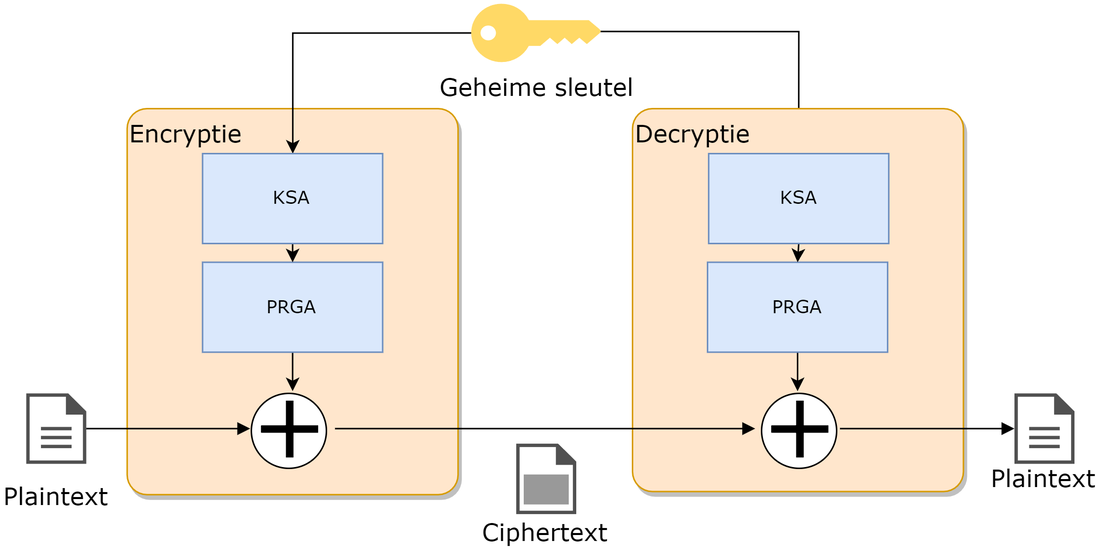
Before: Manuscript/assets/crypto/rc4.png, a diagram exported from draw.io (timdams/cyberboswachters_boek). Source tidied: cells renumbered, new cells last; positions are measured from the earlier drawing's top-left corner, leaving out a move shared by most shapes.
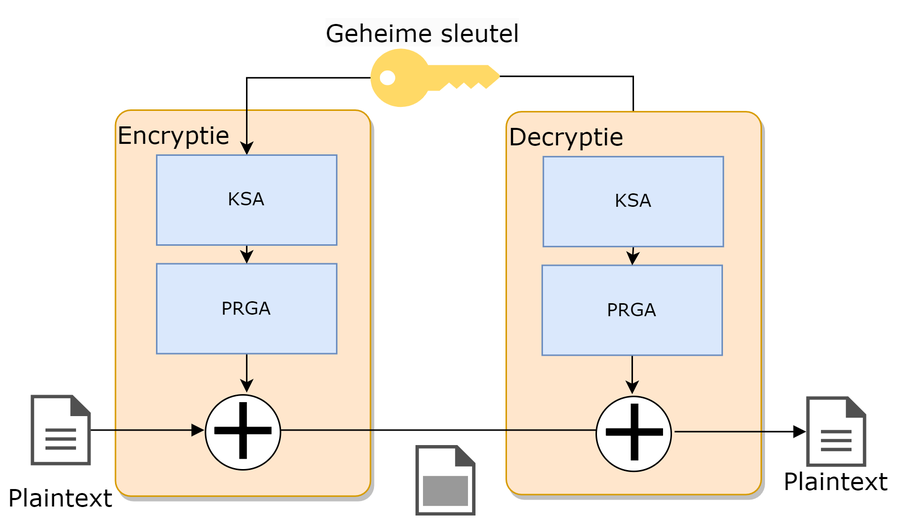
Later version of the same file.

The edit, as a diff of the source:
```diff
@@ -3,16 +3,16 @@
     <mxCell id="0" />
     <mxCell id="1" parent="0" />
     <mxCell id="2" value="Encryptie" style="rounded=1;whiteSpace=wrap;html=1;fillColor=#ffe6cc;strokeColor=#d79b00;fontFamily=Verdana;fontSize=16;labelBorderColor=none;shadow=1;align=left;verticalAlign=top;arcSize=6;" parent="1" vertex="1">
-      <mxGeometry x="67.2" y="70" width="220.5" height="257.6" as="geometry" />
+      <mxGeometry x="126.5" y="70" width="170" height="257.6" as="geometry" />
     </mxCell>
     <mxCell id="3" style="shadow=0;dashed=0;html=1;strokeColor=none;fillColor=#505050;labelPosition=center;verticalLabelPosition=bottom;verticalAlign=top;outlineConnect=0;align=center;shape=mxgraph.office.concepts.document;" parent="1" vertex="1">
-      <mxGeometry x="658.5" y="260" width="40" height="47" as="geometry" />
+      <mxGeometry x="587" y="261" width="40" height="47" as="geometry" />
     </mxCell>
     <mxCell id="4" value="Plaintext" style="text;html=1;strokeColor=none;fillColor=none;align=center;verticalAlign=middle;whiteSpace=wrap;rounded=0;shadow=1;fontFamily=Verdana;fontSize=16;" parent="1" vertex="1">
-      <mxGeometry y="317.6" width="40" height="20" as="geometry" />
+      <mxGeometry x="70" y="317.6" width="40" height="20" as="geometry" />
     </mxCell>
     <mxCell id="5" value="Plaintext" style="text;html=1;strokeColor=none;fillColor=none;align=center;verticalAlign=middle;whiteSpace=wrap;rounded=0;shadow=1;fontFamily=Verdana;fontSize=16;" parent="1" vertex="1">
-      <mxGeometry x="658.5" y="305.5" width="40" height="20" as="geometry" />
+      <mxGeometry x="587" y="306.5" width="40" height="20" as="geometry" />
     </mxCell>
     <mxCell id="6" style="shadow=0;dashed=0;html=1;strokeColor=none;fillColor=#505050;labelPosition=center;verticalLabelPosition=bottom;verticalAlign=top;align=center;shape=mxgraph.office.concepts.document;fontFamily=Verdana;" parent="1" vertex="1">
       <mxGeometry x="326.5" y="293.5" width="40" height="47" as="geometry" />
@@ -20,85 +20,85 @@
     <mxCell id="7" style="rounded=0;whiteSpace=wrap;html=1;shadow=0;fontFamily=Verdana;fontSize=16;fillColor=#999999;strokeColor=none;" parent="1" vertex="1">
       <mxGeometry x="331.5" y="314.1" width="30" height="20" as="geometry" />
     </mxCell>
-    <mxCell id="8" value="Ciphertext" style="text;html=1;strokeColor=none;fillColor=none;align=center;verticalAlign=middle;whiteSpace=wrap;rounded=0;shadow=1;fontFamily=Verdana;fontSize=16;" parent="1" vertex="1">
-      <mxGeometry x="326.5" y="341.6" width="40" height="20" as="geometry" />
+    <mxCell id="8" style="edgeStyle=orthogonalEdgeStyle;rounded=0;jettySize=auto;html=1;exitX=0.995;exitY=0.475;exitDx=0;exitDy=0;exitPerimeter=0;entryX=0.5;entryY=0;entryDx=0;entryDy=0;" parent="1" edge="1" source="10" target="23">
+      <mxGeometry relative="1" as="geometry" />
     </mxCell>
-    <mxCell id="9" style="edgeStyle=orthogonalEdgeStyle;rounded=0;jettySize=auto;html=1;exitX=0.995;exitY=0.475;exitDx=0;exitDy=0;exitPerimeter=0;entryX=0.5;entryY=0;entryDx=0;entryDy=0;" parent="1" edge="1" source="11" target="24">
+    <mxCell id="9" style="edgeStyle=orthogonalEdgeStyle;rounded=0;jettySize=auto;html=1;exitX=0;exitY=0.5;exitDx=0;exitDy=0;exitPerimeter=0;" parent="1" edge="1" source="10" target="21">
       <mxGeometry relative="1" as="geometry" />
     </mxCell>
-    <mxCell id="10" style="edgeStyle=orthogonalEdgeStyle;rounded=0;jettySize=auto;html=1;exitX=0;exitY=0.5;exitDx=0;exitDy=0;exitPerimeter=0;" parent="1" edge="1" source="11" target="22">
-      <mxGeometry relative="1" as="geometry" />
+    <mxCell id="10" style="points=[[0,0.5,0],[0.24,0,0],[0.5,0.28,0],[0.995,0.475,0],[0.5,0.72,0],[0.24,1,0]];verticalLabelPosition=bottom;html=1;verticalAlign=top;align=center;shape=mxgraph.cisco19.key;rounded=1;shadow=0;fontFamily=Verdana;fontSize=16;fillColor=#FFD966;" parent="1" vertex="1">
+      <mxGeometry x="296.5" y="29" width="86.6" height="39" as="geometry" />
     </mxCell>
-    <mxCell id="11" value="Geheime sleutel" style="points=[[0,0.5,0],[0.24,0,0],[0.5,0.28,0],[0.995,0.475,0],[0.5,0.72,0],[0.24,1,0]];verticalLabelPosition=bottom;html=1;verticalAlign=top;align=center;shape=mxgraph.cisco19.key;rounded=1;shadow=0;fontFamily=Verdana;fontSize=16;fillColor=#FFD966;" parent="1" vertex="1">
-      <mxGeometry x="296.5" width="86.6" height="39" as="geometry" />
+    <mxCell id="11" style="shadow=0;dashed=0;html=1;strokeColor=none;fillColor=#505050;labelPosition=center;verticalLabelPosition=bottom;verticalAlign=top;outlineConnect=0;align=center;shape=mxgraph.office.concepts.document;" parent="1" vertex="1">
+      <mxGeometry x="70" y="260" width="40" height="47" as="geometry" />
     </mxCell>
-    <mxCell id="12" style="shadow=0;dashed=0;html=1;strokeColor=none;fillColor=#505050;labelPosition=center;verticalLabelPosition=bottom;verticalAlign=top;outlineConnect=0;align=center;shape=mxgraph.office.concepts.document;" parent="1" vertex="1">
-      <mxGeometry y="260" width="40" height="47" as="geometry" />
+    <mxCell id="12" style="edgeStyle=orthogonalEdgeStyle;rounded=0;jettySize=auto;html=1;exitX=0.5;exitY=1;exitDx=0;exitDy=0;entryX=0.5;entryY=0;entryDx=0;entryDy=0;fontFamily=Verdana;" parent="1" edge="1" source="13">
+      <mxGeometry relative="1" as="geometry">
+        <mxPoint x="214" y="258.5" as="targetPoint" />
+      </mxGeometry>
     </mxCell>
-    <mxCell id="13" style="edgeStyle=orthogonalEdgeStyle;rounded=0;jettySize=auto;html=1;exitX=0.5;exitY=1;exitDx=0;exitDy=0;entryX=0.5;entryY=0;entryDx=0;entryDy=0;fontFamily=Verdana;" parent="1" edge="1" source="14">
-      <mxGeometry relative="1" as="geometry">
-        <mxPoint x="177.5" y="258.5" as="targetPoint" />
-      </mxGeometry>
+    <mxCell id="13" value="PRGA" style="rounded=0;whiteSpace=wrap;html=1;align=center;fillColor=#dae8fc;strokeColor=#6c8ebf;fontFamily=Verdana;" parent="1" vertex="1">
+      <mxGeometry x="154" y="172.5" width="120" height="60" as="geometry" />
     </mxCell>
-    <mxCell id="14" value="PRGA" style="rounded=0;whiteSpace=wrap;html=1;align=center;fillColor=#dae8fc;strokeColor=#6c8ebf;fontFamily=Verdana;" parent="1" vertex="1">
-      <mxGeometry x="117.5" y="172.5" width="120" height="60" as="geometry" />
+    <mxCell id="14" style="edgeStyle=orthogonalEdgeStyle;rounded=0;jettySize=auto;html=1;exitX=0;exitY=0.5;exitDx=0;exitDy=0;endArrow=none;endFill=0;startArrow=block;startFill=1;" parent="1" edge="1" target="11">
+      <mxGeometry relative="1" as="geometry">
+        <mxPoint x="185.7" y="283.5" as="sourcePoint" />
+      </mxGeometry>
     </mxCell>
-    <mxCell id="15" style="edgeStyle=orthogonalEdgeStyle;rounded=0;jettySize=auto;html=1;exitX=0;exitY=0.5;exitDx=0;exitDy=0;endArrow=none;endFill=0;startArrow=block;startFill=1;" parent="1" edge="1" target="12">
-      <mxGeometry relative="1" as="geometry">
-        <mxPoint x="149.2" y="283.5" as="sourcePoint" />
-      </mxGeometry>
+    <mxCell id="15" value="Decryptie" style="rounded=1;whiteSpace=wrap;html=1;fillColor=#ffe6cc;strokeColor=#d79b00;fontFamily=Verdana;fontSize=16;labelBorderColor=none;shadow=1;align=left;verticalAlign=top;arcSize=6;" parent="1" vertex="1">
+      <mxGeometry x="387" y="71" width="170" height="255.5" as="geometry" />
     </mxCell>
-    <mxCell id="16" value="Decryptie" style="rounded=1;whiteSpace=wrap;html=1;fillColor=#ffe6cc;strokeColor=#d79b00;fontFamily=Verdana;fontSize=16;labelBorderColor=none;shadow=1;align=left;verticalAlign=top;arcSize=6;" parent="1" vertex="1">
-      <mxGeometry x="404" y="70" width="220.5" height="255.5" as="geometry" />
+    <mxCell id="16" style="edgeStyle=orthogonalEdgeStyle;rounded=0;jettySize=auto;html=1;exitX=0.5;exitY=1;exitDx=0;exitDy=0;entryX=0.5;entryY=0;entryDx=0;entryDy=0;fontFamily=Verdana;" parent="1" edge="1" source="17">
+      <mxGeometry relative="1" as="geometry">
+        <mxPoint x="471" y="259.5" as="targetPoint" />
+      </mxGeometry>
     </mxCell>
-    <mxCell id="17" style="edgeStyle=orthogonalEdgeStyle;rounded=0;jettySize=auto;html=1;exitX=0.5;exitY=1;exitDx=0;exitDy=0;entryX=0.5;entryY=0;entryDx=0;entryDy=0;fontFamily=Verdana;" parent="1" edge="1" source="18">
-      <mxGeometry relative="1" as="geometry">
-        <mxPoint x="514" y="258.5" as="targetPoint" />
-      </mxGeometry>
+    <mxCell id="17" value="PRGA" style="rounded=0;whiteSpace=wrap;html=1;align=center;fillColor=#dae8fc;strokeColor=#6c8ebf;fontFamily=Verdana;" parent="1" vertex="1">
+      <mxGeometry x="411" y="173.5" width="120" height="60" as="geometry" />
     </mxCell>
-    <mxCell id="18" value="PRGA" style="rounded=0;whiteSpace=wrap;html=1;align=center;fillColor=#dae8fc;strokeColor=#6c8ebf;fontFamily=Verdana;" parent="1" vertex="1">
-      <mxGeometry x="454" y="172.5" width="120" height="60" as="geometry" />
+    <mxCell id="18" style="edgeStyle=orthogonalEdgeStyle;rounded=0;orthogonalLoop=1;jettySize=auto;html=1;exitX=0;exitY=0.5;exitDx=0;exitDy=0;endArrow=none;endFill=0;startArrow=block;startFill=1;entryX=1;entryY=0.5;entryDx=0;entryDy=0;fontFamily=Verdana;" parent="1" edge="1">
+      <mxGeometry relative="1" as="geometry">
+        <mxPoint x="485.7" y="283.5" as="sourcePoint" />
+        <mxPoint x="205.7" y="283.5" as="targetPoint" />
+      </mxGeometry>
     </mxCell>
-    <mxCell id="19" style="edgeStyle=orthogonalEdgeStyle;rounded=0;orthogonalLoop=1;jettySize=auto;html=1;exitX=0;exitY=0.5;exitDx=0;exitDy=0;endArrow=none;endFill=0;startArrow=block;startFill=1;entryX=1;entryY=0.5;entryDx=0;entryDy=0;fontFamily=Verdana;" parent="1" edge="1">
+    <mxCell id="19" style="edgeStyle=orthogonalEdgeStyle;rounded=0;jettySize=auto;html=1;exitX=1;exitY=0.5;exitDx=0;exitDy=0;startArrow=none;startFill=0;endArrow=block;endFill=1;" parent="1" edge="1" target="3">
       <mxGeometry relative="1" as="geometry">
-        <mxPoint x="485.7" y="283.5" as="sourcePoint" />
-        <mxPoint x="205.7" y="283.5" as="targetPoint" />
+        <mxPoint x="499.2" y="284.5" as="sourcePoint" />
       </mxGeometry>
     </mxCell>
-    <mxCell id="20" style="edgeStyle=orthogonalEdgeStyle;rounded=0;jettySize=auto;html=1;exitX=1;exitY=0.5;exitDx=0;exitDy=0;startArrow=none;startFill=0;endArrow=block;endFill=1;" parent="1" edge="1" target="3">
-      <mxGeometry relative="1" as="geometry">
-        <mxPoint x="542.2" y="283.5" as="sourcePoint" />
-      </mxGeometry>
+    <mxCell id="20" style="edgeStyle=orthogonalEdgeStyle;rounded=0;jettySize=auto;html=1;exitX=0.5;exitY=1;exitDx=0;exitDy=0;entryX=0.5;entryY=0;entryDx=0;entryDy=0;" parent="1" edge="1" source="21" target="13">
+      <mxGeometry relative="1" as="geometry" />
     </mxCell>
-    <mxCell id="21" style="edgeStyle=orthogonalEdgeStyle;rounded=0;jettySize=auto;html=1;exitX=0.5;exitY=1;exitDx=0;exitDy=0;entryX=0.5;entryY=0;entryDx=0;entryDy=0;" parent="1" edge="1" source="22" target="14">
-      <mxGeometry relative="1" as="geometry" />
+    <mxCell id="21" value="KSA" style="rounded=0;whiteSpace=wrap;html=1;align=center;fillColor=#dae8fc;strokeColor=#6c8ebf;fontFamily=Verdana;" parent="1" vertex="1">
+      <mxGeometry x="154" y="100" width="120" height="60" as="geometry" />
     </mxCell>
-    <mxCell id="22" value="KSA" style="rounded=0;whiteSpace=wrap;html=1;align=center;fillColor=#dae8fc;strokeColor=#6c8ebf;fontFamily=Verdana;" parent="1" vertex="1">
-      <mxGeometry x="117.5" y="100" width="120" height="60" as="geometry" />
+    <mxCell id="22" style="edgeStyle=orthogonalEdgeStyle;rounded=0;jettySize=auto;html=1;exitX=0.5;exitY=1;exitDx=0;exitDy=0;entryX=0.5;entryY=0;entryDx=0;entryDy=0;" parent="1" edge="1" source="23" target="17">
+      <mxGeometry relative="1" as="geometry" />
     </mxCell>
-    <mxCell id="23" style="edgeStyle=orthogonalEdgeStyle;rounded=0;jettySize=auto;html=1;exitX=0.5;exitY=1;exitDx=0;exitDy=0;entryX=0.5;entryY=0;entryDx=0;entryDy=0;" parent="1" edge="1" source="24" target="18">
-      <mxGeometry relative="1" as="geometry" />
+    <mxCell id="23" value="KSA" style="rounded=0;whiteSpace=wrap;html=1;align=center;fillColor=#dae8fc;strokeColor=#6c8ebf;fontFamily=Verdana;" parent="1" vertex="1">
+      <mxGeometry x="411.7" y="101" width="120" height="60" as="geometry" />
     </mxCell>
-    <mxCell id="24" value="KSA" style="rounded=0;whiteSpace=wrap;html=1;align=center;fillColor=#dae8fc;strokeColor=#6c8ebf;fontFamily=Verdana;" parent="1" vertex="1">
-      <mxGeometry x="454.7" y="100" width="120" height="60" as="geometry" />
+    <mxCell id="24" style="group;" parent="1" vertex="1">
+      <mxGeometry x="186.5" y="260" width="50" height="50" as="geometry" />
     </mxCell>
-    <mxCell id="25" style="group;" parent="1" vertex="1">
-      <mxGeometry x="150" y="260" width="50" height="50" as="geometry" />
+    <mxCell id="25" style="ellipse;whiteSpace=wrap;html=1;fontFamily=Verdana;fontSize=16;align=center;" parent="24" vertex="1">
+      <mxGeometry width="50" height="50" as="geometry" />
     </mxCell>
-    <mxCell id="26" style="ellipse;whiteSpace=wrap;html=1;fontFamily=Verdana;fontSize=16;align=center;" parent="25" vertex="1">
-      <mxGeometry width="50" height="50" as="geometry" />
+    <mxCell id="26" value="&lt;font style=&quot;font-size: 62px&quot;&gt;+&lt;/font&gt;" style="text;html=1;strokeColor=none;fillColor=none;align=center;verticalAlign=middle;whiteSpace=wrap;rounded=0;fontFamily=Verdana;fontSize=16;" parent="24" vertex="1">
+      <mxGeometry x="6" y="10" width="40" height="20" as="geometry" />
     </mxCell>
-    <mxCell id="27" value="&lt;font style=&quot;font-size: 62px&quot;&gt;+&lt;/font&gt;" style="text;html=1;strokeColor=none;fillColor=none;align=center;verticalAlign=middle;whiteSpace=wrap;rounded=0;fontFamily=Verdana;fontSize=16;" parent="25" vertex="1">
-      <mxGeometry x="6" y="10" width="40" height="20" as="geometry" />
+    <mxCell id="27" style="group;" parent="1" vertex="1">
+      <mxGeometry x="447" y="261" width="50" height="50" as="geometry" />
     </mxCell>
-    <mxCell id="28" style="group;" parent="1" vertex="1">
-      <mxGeometry x="490" y="260" width="50" height="50" as="geometry" />
+    <mxCell id="28" style="ellipse;whiteSpace=wrap;html=1;fontFamily=Verdana;fontSize=16;align=center;" parent="27" vertex="1">
+      <mxGeometry width="50" height="50" as="geometry" />
     </mxCell>
-    <mxCell id="29" style="ellipse;whiteSpace=wrap;html=1;fontFamily=Verdana;fontSize=16;align=center;" parent="28" vertex="1">
-      <mxGeometry width="50" height="50" as="geometry" />
+    <mxCell id="29" value="&lt;font style=&quot;font-size: 62px&quot;&gt;+&lt;/font&gt;" style="text;html=1;strokeColor=none;fillColor=none;align=center;verticalAlign=middle;whiteSpace=wrap;rounded=0;fontFamily=Verdana;fontSize=16;" parent="27" vertex="1">
+      <mxGeometry x="6" y="10" width="40" height="20" as="geometry" />
     </mxCell>
-    <mxCell id="30" value="&lt;font style=&quot;font-size: 62px&quot;&gt;+&lt;/font&gt;" style="text;html=1;strokeColor=none;fillColor=none;align=center;verticalAlign=middle;whiteSpace=wrap;rounded=0;fontFamily=Verdana;fontSize=16;" parent="28" vertex="1">
-      <mxGeometry x="6" y="10" width="40" height="20" as="geometry" />
+    <mxCell id="30" value="&lt;span style=&quot;color: rgb(0, 0, 0); font-family: Verdana; font-size: 16px; font-style: normal; font-variant-ligatures: normal; font-variant-caps: normal; font-weight: 400; letter-spacing: normal; orphans: 2; text-align: center; text-indent: 0px; text-transform: none; widows: 2; word-spacing: 0px; -webkit-text-stroke-width: 0px; background-color: rgb(251, 251, 251); text-decoration-thickness: initial; text-decoration-style: initial; text-decoration-color: initial; float: none; display: inline !important;&quot;&gt;Geheime sleutel&lt;/span&gt;" style="text;whiteSpace=wrap;html=1;fontSize=14;fontFamily=Georgia;" parent="1" vertex="1">
+      <mxGeometry x="265" y="2" width="160" height="40" as="geometry" />
     </mxCell>
   </root>
 </mxGraphModel>
```
